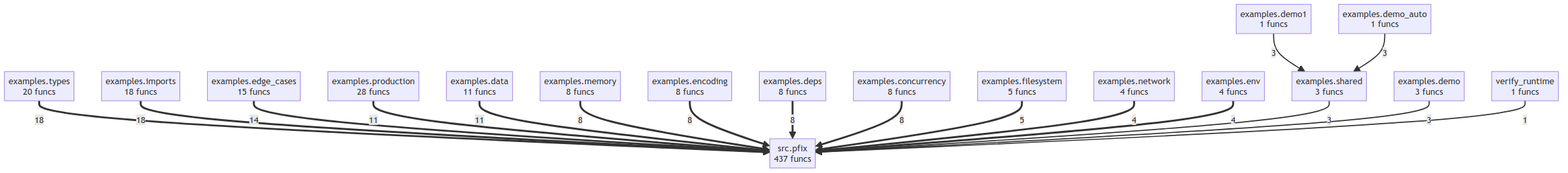
This is project/compact_flow.png from semcod/pfix, a Mermaid export, as it was before one commit. Its source is kept beside it as project/compact_flow.mmd. Source of this version:
```mermaid
flowchart TD
    examples__concurrency["examples.concurrency<br/>8 funcs"]
    examples__data["examples.data<br/>11 funcs"]
    examples__demo["examples.demo<br/>3 funcs"]
    examples__demo1["examples.demo1<br/>1 funcs"]
    examples__demo_auto["examples.demo_auto<br/>1 funcs"]
    examples__deps["examples.deps<br/>8 funcs"]
    examples__edge_cases["examples.edge_cases<br/>15 funcs"]
    examples__encoding["examples.encoding<br/>8 funcs"]
    examples__env["examples.env<br/>4 funcs"]
    examples__filesystem["examples.filesystem<br/>5 funcs"]
    examples__imports["examples.imports<br/>18 funcs"]
    examples__memory["examples.memory<br/>8 funcs"]
    examples__network["examples.network<br/>4 funcs"]
    examples__production["examples.production<br/>28 funcs"]
    examples__shared["examples.shared<br/>3 funcs"]
    examples__types["examples.types<br/>20 funcs"]
    src__pfix["src.pfix<br/>437 funcs"]
    verify_runtime["verify_runtime<br/>1 funcs"]
    examples__types ==>|18| src__pfix
    examples__imports ==>|18| src__pfix
    examples__edge_cases ==>|14| src__pfix
    examples__production ==>|11| src__pfix
    examples__data ==>|11| src__pfix
    examples__memory ==>|8| src__pfix
    examples__encoding ==>|8| src__pfix
    examples__deps ==>|8| src__pfix
    examples__concurrency ==>|8| src__pfix
    examples__filesystem ==>|5| src__pfix
    examples__network ==>|4| src__pfix
    examples__env ==>|4| src__pfix
    examples__demo1 -->|3| examples__shared
    examples__demo_auto -->|3| examples__shared
    examples__shared -->|3| src__pfix
    examples__demo -->|3| src__pfix
    verify_runtime -->|1| src__pfix
```
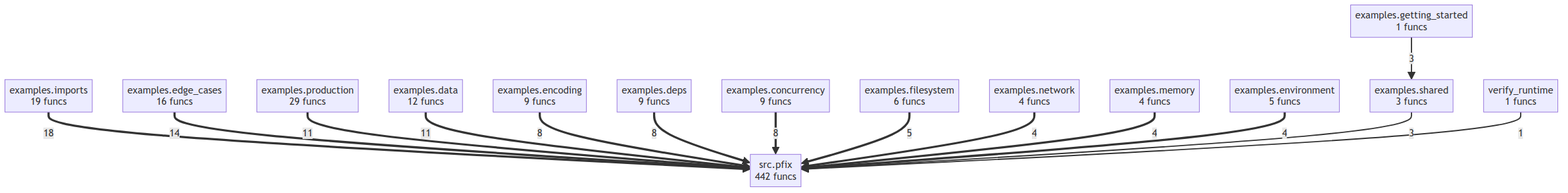
After the commit.

What changed in the source:
```diff
@@ -1,36 +1,30 @@
 flowchart TD
-    examples__concurrency["examples.concurrency<br/>8 funcs"]
-    examples__data["examples.data<br/>11 funcs"]
-    examples__demo["examples.demo<br/>3 funcs"]
-    examples__demo1["examples.demo1<br/>1 funcs"]
-    examples__demo_auto["examples.demo_auto<br/>1 funcs"]
-    examples__deps["examples.deps<br/>8 funcs"]
-    examples__edge_cases["examples.edge_cases<br/>15 funcs"]
-    examples__encoding["examples.encoding<br/>8 funcs"]
-    examples__env["examples.env<br/>4 funcs"]
-    examples__filesystem["examples.filesystem<br/>5 funcs"]
-    examples__imports["examples.imports<br/>18 funcs"]
-    examples__memory["examples.memory<br/>8 funcs"]
+    examples__concurrency["examples.concurrency<br/>9 funcs"]
+    examples__data["examples.data<br/>12 funcs"]
+    examples__deps["examples.deps<br/>9 funcs"]
+    examples__edge_cases["examples.edge_cases<br/>16 funcs"]
+    examples__encoding["examples.encoding<br/>9 funcs"]
+    examples__environment["examples.environment<br/>5 funcs"]
+    examples__filesystem["examples.filesystem<br/>6 funcs"]
+    examples__getting_started["examples.getting_started<br/>1 funcs"]
+    examples__imports["examples.imports<br/>19 funcs"]
+    examples__memory["examples.memory<br/>4 funcs"]
     examples__network["examples.network<br/>4 funcs"]
-    examples__production["examples.production<br/>28 funcs"]
+    examples__production["examples.production<br/>29 funcs"]
     examples__shared["examples.shared<br/>3 funcs"]
-    examples__types["examples.types<br/>20 funcs"]
-    src__pfix["src.pfix<br/>437 funcs"]
+    src__pfix["src.pfix<br/>442 funcs"]
     verify_runtime["verify_runtime<br/>1 funcs"]
-    examples__types ==>|18| src__pfix
     examples__imports ==>|18| src__pfix
     examples__edge_cases ==>|14| src__pfix
     examples__production ==>|11| src__pfix
     examples__data ==>|11| src__pfix
-    examples__memory ==>|8| src__pfix
     examples__encoding ==>|8| src__pfix
     examples__deps ==>|8| src__pfix
     examples__concurrency ==>|8| src__pfix
     examples__filesystem ==>|5| src__pfix
     examples__network ==>|4| src__pfix
-    examples__env ==>|4| src__pfix
-    examples__demo1 -->|3| examples__shared
-    examples__demo_auto -->|3| examples__shared
+    examples__memory ==>|4| src__pfix
+    examples__environment ==>|4| src__pfix
     examples__shared -->|3| src__pfix
-    examples__demo -->|3| src__pfix
+    examples__getting_started -->|3| examples__shared
     verify_runtime -->|1| src__pfix
```
